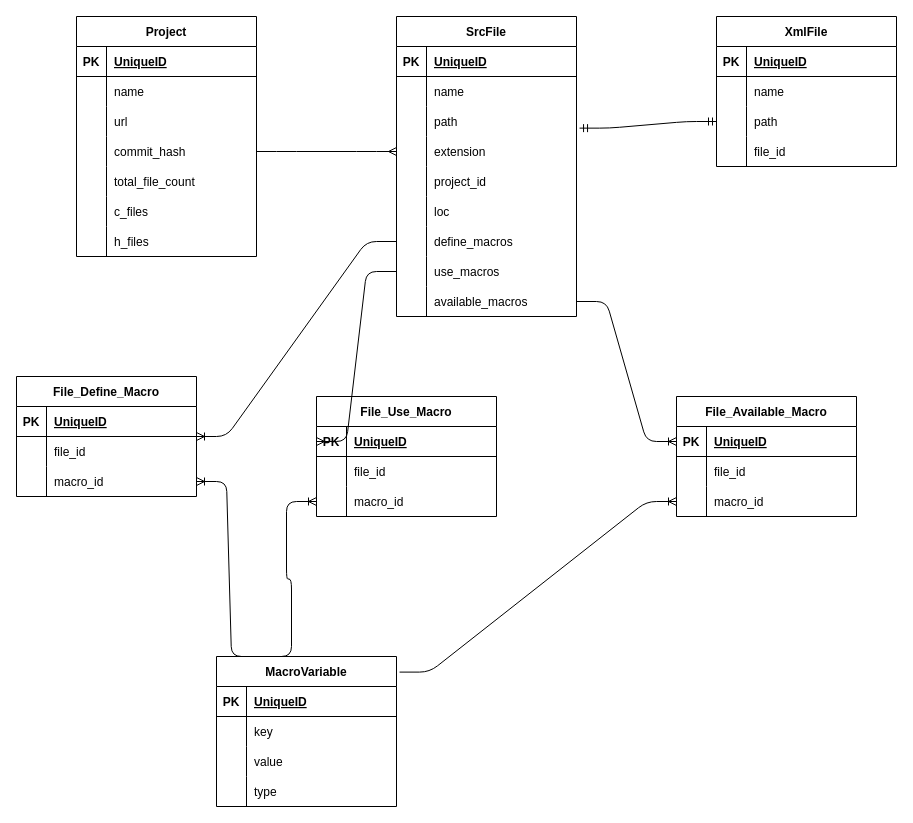
This is table.drawio from tamofplease/c_macro_variable_analysis, a draw.io file, before an edit. Source tidied: cells renumbered, new cells numbered last; positions are measured from the earlier drawing's top-left corner, leaving out a move shared by most shapes. Both pictures are drawn from the tidied source at 100%, with x=0, y=0 at pixel (16, 16).
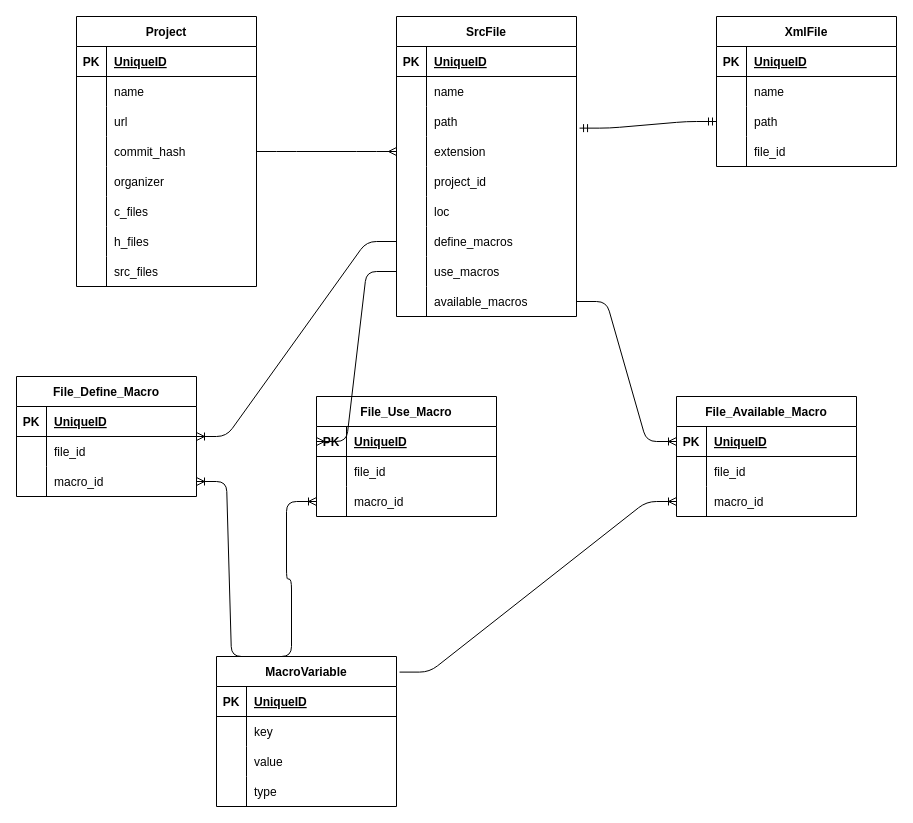
Above is the later version.

The change refers to these unchanged cells:
```xml
<mxCell id="15" style="shape=tableRow;horizontal=0;startSize=0;swimlaneHead=0;swimlaneBody=0;fillColor=none;top=0;left=0;right=0;bottom=0;" parent="2" vertex="1">
  <mxGeometry y="150" width="180" height="30" as="geometry" />
</mxCell>
```

Change to the diagram source:
```diff
@@
     <mxCell id="2" value="Project" style="shape=table;startSize=30;childLayout=tableLayout;rowLines=0;fontStyle=1;align=center;" parent="1" vertex="1">
-      <mxGeometry x="60" width="180" height="240" as="geometry" />
+      <mxGeometry x="60" width="180" height="270" as="geometry" />
     </mxCell>
@@
-    <mxCell id="17" value="total_file_count" style="shape=partialRectangle;fillColor=none;top=0;left=0;bottom=0;right=0;align=left;spacingLeft=6;overflow=hidden;" parent="15" vertex="1">
+    <mxCell id="17" value="organizer" style="shape=partialRectangle;fillColor=none;top=0;left=0;bottom=0;right=0;align=left;spacingLeft=6;overflow=hidden;" parent="15" vertex="1">
       <mxGeometry x="30" width="150" height="30" as="geometry" />
     </mxCell>
@@
+    <mxCell id="116" style="shape=tableRow;horizontal=0;startSize=0;swimlaneHead=0;swimlaneBody=0;fillColor=none;top=0;left=0;right=0;bottom=0;" parent="2" vertex="1">
+      <mxGeometry y="240" width="180" height="30" as="geometry" />
+    </mxCell>
+    <mxCell id="117" style="shape=partialRectangle;fillColor=none;top=0;left=0;bottom=0;right=0;overflow=hidden;" parent="116" vertex="1">
+      <mxGeometry width="30" height="30" as="geometry" />
+    </mxCell>
+    <mxCell id="118" value="src_files" style="shape=partialRectangle;fillColor=none;top=0;left=0;bottom=0;right=0;align=left;spacingLeft=6;overflow=hidden;" parent="116" vertex="1">
+      <mxGeometry x="30" width="150" height="30" as="geometry" />
+    </mxCell>
```
